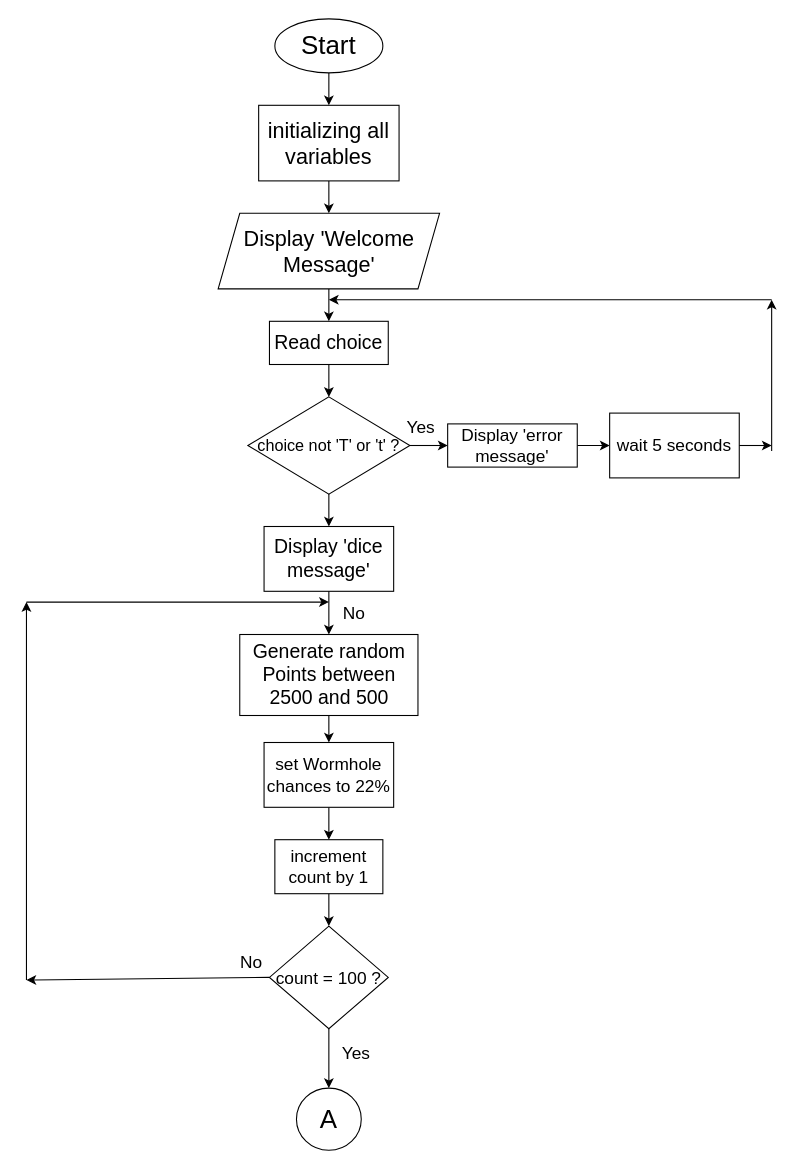
The draw.io diagram page "Page-1" (1 of 3) of Computer Programs/java_peter/Year_Final_Project/Space-RacerII/Documentation/Game Flowchart/Game Flowchart (Draw.IO)/Draw.IO Files/Space Racer JAVA Game (Game Flowchart).drawio in apollo69-22/Computer-Studies, before the edit. Source tidied: cells renumbered, new cells numbered last; positions are measured from the earlier drawing's top-left corner, leaving out a move shared by most shapes. Both pictures are drawn from the tidied source at 108%, with x=0, y=0 at pixel (26, 18).
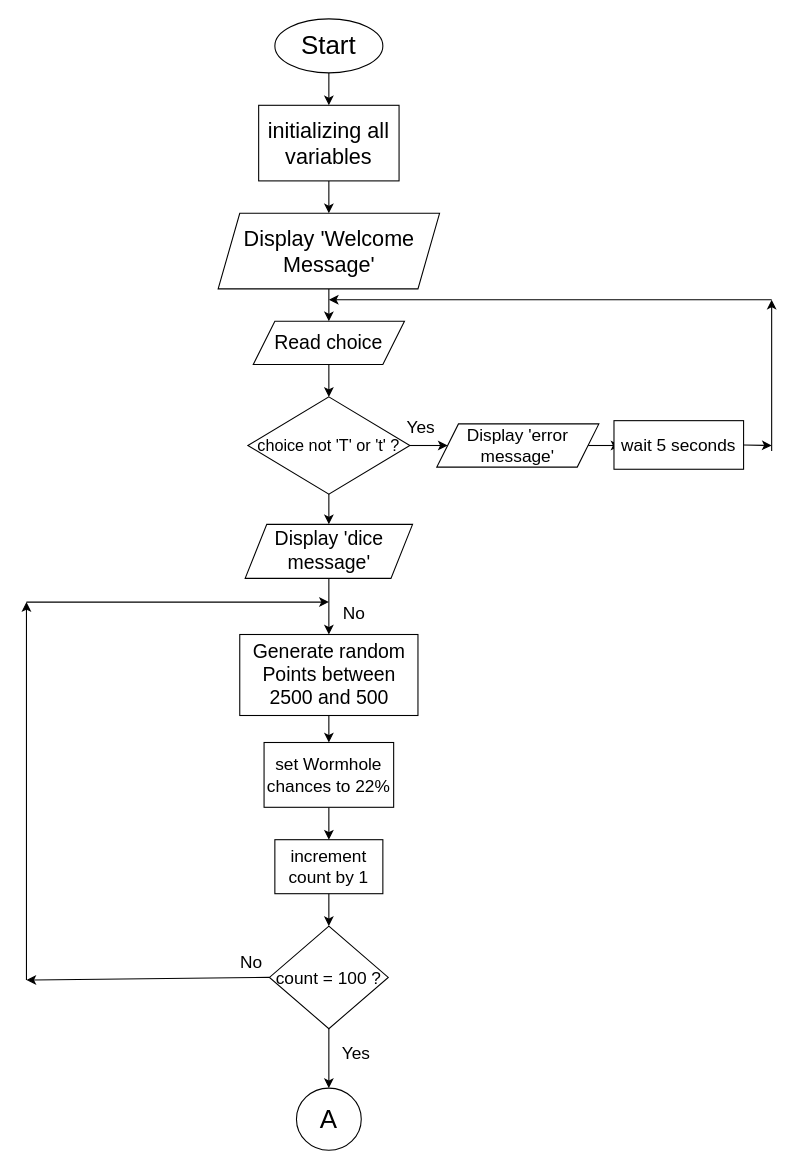
The same page after the edit.

Unchanged cells that the change refers to:
```xml
<mxCell id="9" value="&lt;font style=&quot;font-size: 15px;&quot;&gt;choice not 'T' or 't' ?&lt;/font&gt;" style="rhombus;whiteSpace=wrap;html=1;" parent="1" vertex="1">
  <mxGeometry x="205" y="350" width="150" height="90" as="geometry" />
</mxCell>
<mxCell id="15" value="&lt;font style=&quot;font-size: 18px;&quot;&gt;Generate random Points between 2500 and 500&lt;/font&gt;" style="rounded=0;whiteSpace=wrap;html=1;" parent="1" vertex="1">
  <mxGeometry x="197.5" y="570" width="165" height="75" as="geometry" />
</mxCell>
```

Change to the diagram source:
```diff
@@
-    <mxCell id="7" value="&lt;font style=&quot;font-size: 18px;&quot;&gt;Read choice&lt;/font&gt;" style="rounded=0;whiteSpace=wrap;html=1;" parent="1" vertex="1">
-      <mxGeometry x="225" y="280" width="110" height="40" as="geometry" />
-    </mxCell>
-    <mxCell id="8" style="endArrow=classic;html=1;rounded=0;exitX=0.5;exitY=1;exitDx=0;exitDy=0;entryX=0.5;entryY=0;entryDx=0;entryDy=0;" parent="1" edge="1" source="7" target="9">
+    <mxCell id="8" style="endArrow=classic;html=1;rounded=0;entryX=0.5;entryY=0;entryDx=0;entryDy=0;exitX=0.5;exitY=1;exitDx=0;exitDy=0;" parent="1" edge="1" source="7" target="9">
       <mxGeometry relative="1" as="geometry" />
     </mxCell>
@@
-    <mxCell id="12" value="&lt;font style=&quot;font-size: 18px;&quot;&gt;Display 'dice message'&lt;/font&gt;" style="rounded=0;whiteSpace=wrap;html=1;" parent="1" vertex="1">
-      <mxGeometry x="220" y="470" width="120" height="60" as="geometry" />
-    </mxCell>
-    <mxCell id="13" style="endArrow=classic;html=1;rounded=0;entryX=0.5;entryY=0;entryDx=0;entryDy=0;exitX=0.5;exitY=1;exitDx=0;exitDy=0;" parent="1" edge="1" source="12" target="15">
-      <mxGeometry relative="1" as="geometry" />
+    <mxCell id="13" style="endArrow=classic;html=1;rounded=0;exitX=0.5;exitY=1;exitDx=0;exitDy=0;" parent="1" edge="1" source="12">
+      <mxGeometry relative="1" as="geometry">
+        <mxPoint x="280" y="570" as="targetPoint" />
+      </mxGeometry>
     </mxCell>
@@
-    <mxCell id="27" style="edgeStyle=orthogonalEdgeStyle;rounded=0;jettySize=auto;html=1;" parent="1" edge="1" source="28" target="29">
+    <mxCell id="27" style="edgeStyle=orthogonalEdgeStyle;rounded=0;jettySize=auto;html=1;exitX=1;exitY=0.5;exitDx=0;exitDy=0;" parent="1" edge="1" source="28" target="29">
       <mxGeometry relative="1" as="geometry" />
     </mxCell>
-    <mxCell id="28" value="&lt;font style=&quot;font-size: 16px;&quot;&gt;Display 'error message'&lt;/font&gt;" style="rounded=0;whiteSpace=wrap;html=1;" parent="1" vertex="1">
-      <mxGeometry x="390" y="375" width="120" height="40" as="geometry" />
-    </mxCell>
     <mxCell id="29" value="&lt;font style=&quot;font-size: 16px;&quot;&gt;wait 5 seconds&lt;/font&gt;" style="whiteSpace=wrap;html=1;rounded=0;" parent="1" vertex="1">
-      <mxGeometry x="540" y="365" width="120" height="60" as="geometry" />
+      <mxGeometry x="544" y="372" width="120" height="45" as="geometry" />
     </mxCell>
@@
+    <mxCell id="7" value="&lt;font style=&quot;font-size: 18px;&quot;&gt;Read choice&lt;/font&gt;" style="shape=parallelogram;perimeter=parallelogramPerimeter;whiteSpace=wrap;html=1;fixedSize=1;" parent="1" vertex="1">
+      <mxGeometry x="210" y="280" width="140" height="40" as="geometry" />
+    </mxCell>
+    <mxCell id="28" value="&lt;font style=&quot;font-size: 16px;&quot;&gt;Display 'error message'&lt;/font&gt;" style="shape=parallelogram;perimeter=parallelogramPerimeter;whiteSpace=wrap;html=1;fixedSize=1;" parent="1" vertex="1">
+      <mxGeometry x="380" y="375" width="150" height="40" as="geometry" />
+    </mxCell>
+    <mxCell id="12" value="&lt;font style=&quot;font-size: 18px;&quot;&gt;Display 'dice message'&lt;/font&gt;" style="shape=parallelogram;perimeter=parallelogramPerimeter;whiteSpace=wrap;html=1;fixedSize=1;" parent="1" vertex="1">
+      <mxGeometry x="202.5" y="468" width="155" height="50" as="geometry" />
+    </mxCell>
```
